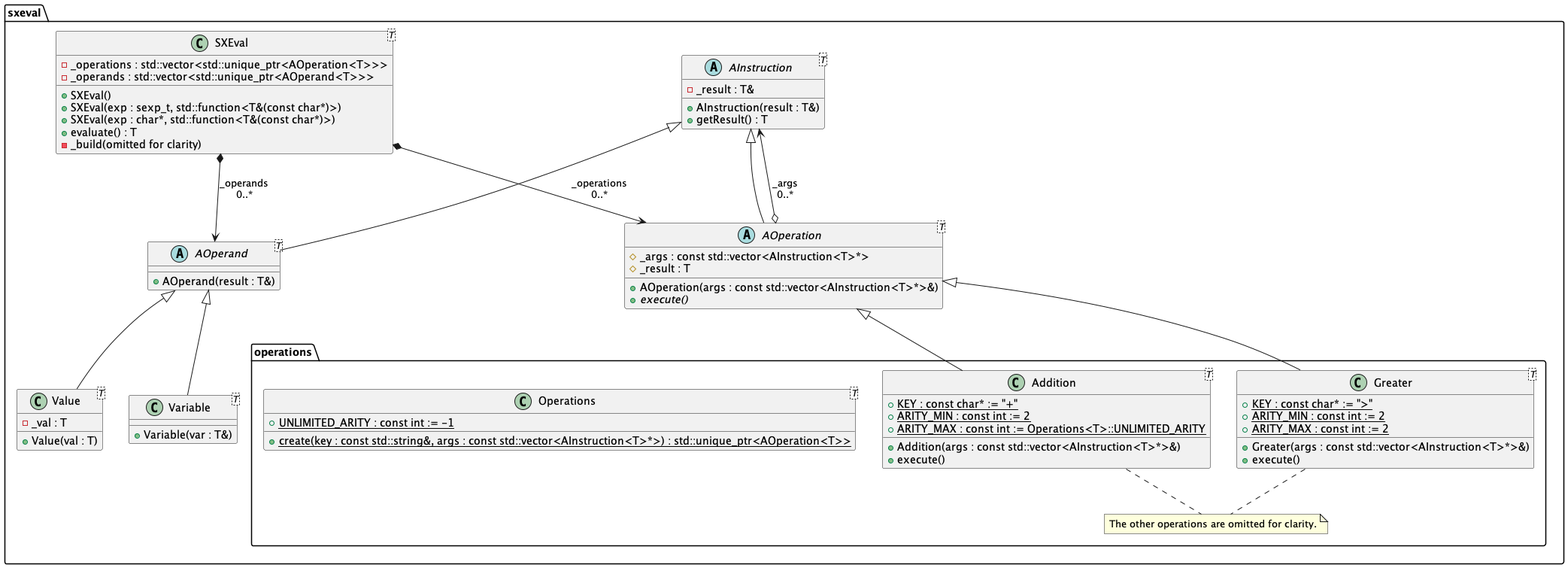
This is uml/class-diagram.png from abadiet/SXEval, a PlantUML export, as it was before one commit.
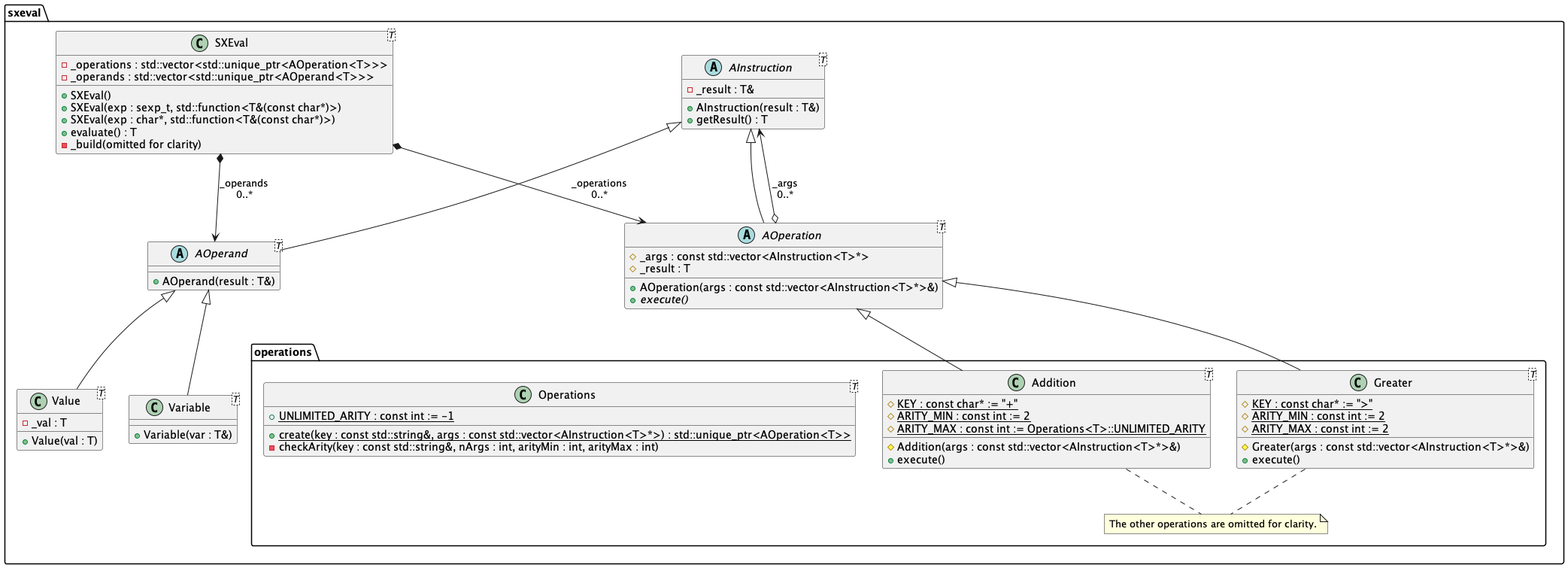
After the change.

Change to the diagram source:
```diff
@@ -43,21 +43,22 @@
         class Operations<T> {
             +{static} UNLIMITED_ARITY : const int := -1
             +{static} create(key : const std::string&, args : const std::vector<AInstruction<T>*>) : std::unique_ptr<AOperation<T>>
+            -checkArity(key : const std::string&, nArgs : int, arityMin : int, arityMax : int)
         }
 
         class Addition<T> {
-            +{static} KEY : const char* := "+"
-            +{static} ARITY_MIN : const int := 2
-            +{static} ARITY_MAX : const int := Operations<T>::UNLIMITED_ARITY
-            +Addition(args : const std::vector<AInstruction<T>*>&)
+            #{static} KEY : const char* := "+"
+            #{static} ARITY_MIN : const int := 2
+            #{static} ARITY_MAX : const int := Operations<T>::UNLIMITED_ARITY
+            #Addition(args : const std::vector<AInstruction<T>*>&)
             +execute()
         }
 
         class Greater<T> {
-            +{static} KEY : const char* := ">"
-            +{static} ARITY_MIN : const int := 2
-            +{static} ARITY_MAX : const int := 2
-            +Greater(args : const std::vector<AInstruction<T>*>&)
+            #{static} KEY : const char* := ">"
+            #{static} ARITY_MIN : const int := 2
+            #{static} ARITY_MAX : const int := 2
+            #Greater(args : const std::vector<AInstruction<T>*>&)
             +execute()
         }
 
```
